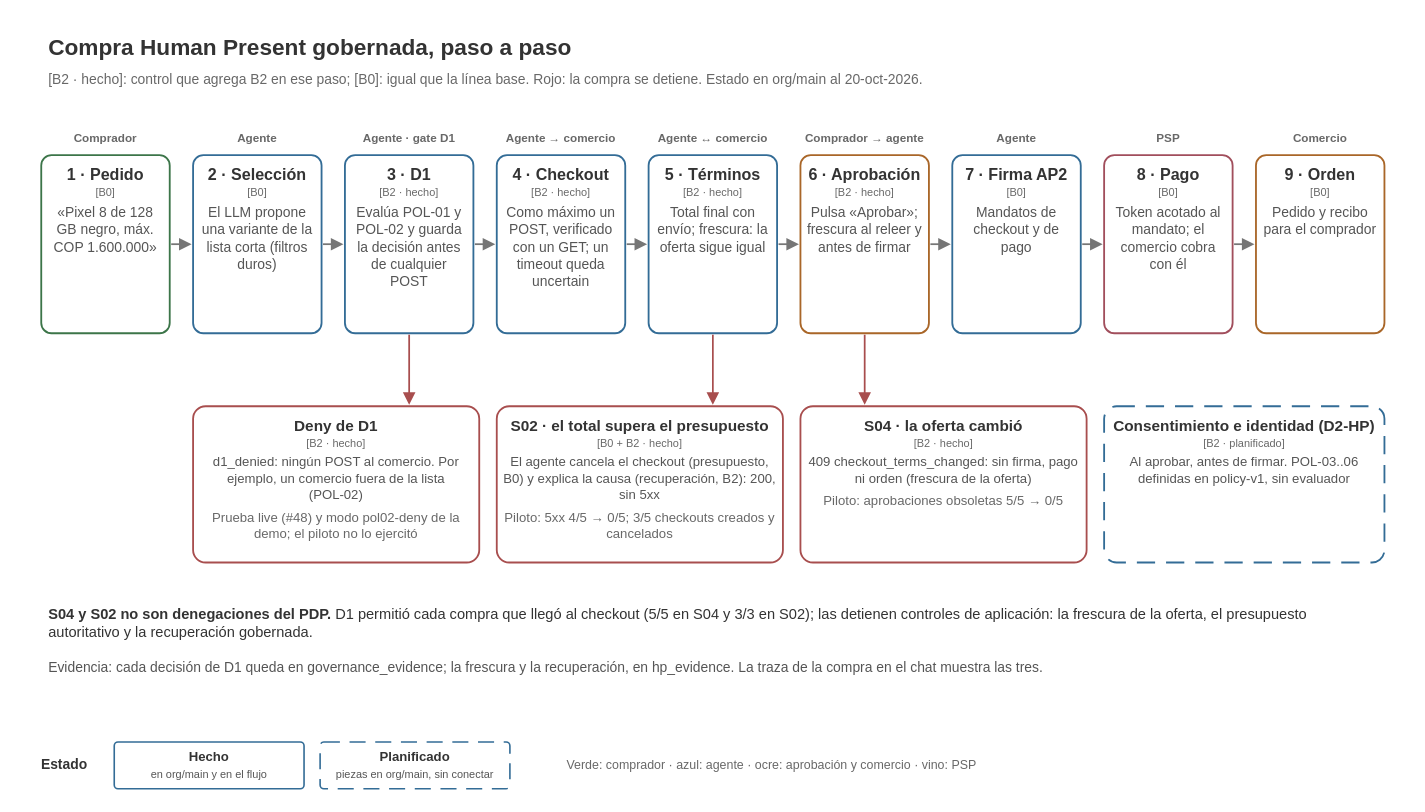
Before: docs/diagrams/purchase-sequence-slide.drawio in Tesis-Agentes-Comerciales/tesis-commerce-agent, a draw.io diagram. Source tidied: cells renumbered, new cells numbered last; positions are measured from the earlier drawing's top-left corner, leaving out a move shared by most shapes. Both pictures are drawn from the tidied source at 73%, with x=0, y=0 at pixel (12, 12).
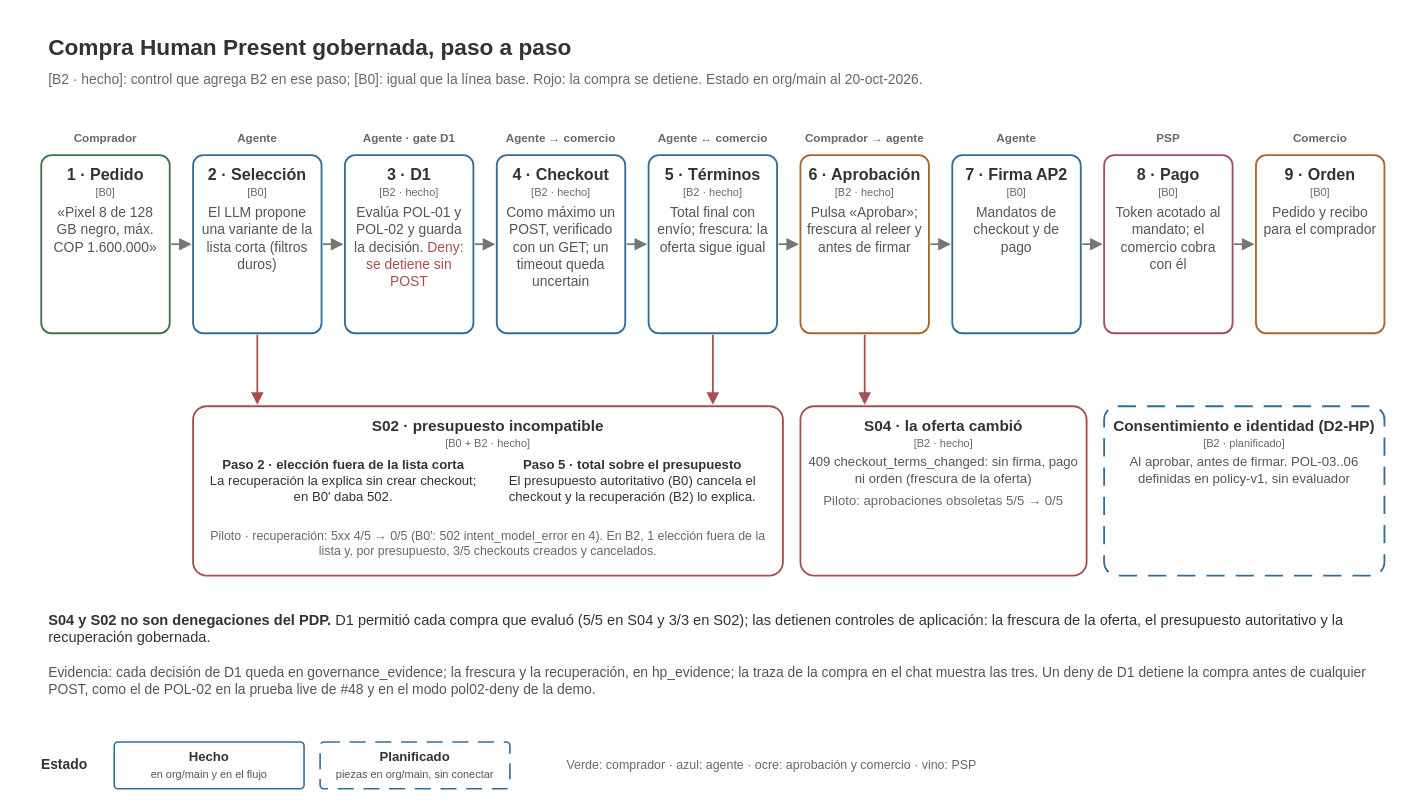
After the change.

Change to the diagram source:
```diff
@@
-    <mxCell id="2" style="rounded=0;fillColor=#FFFFFF;strokeColor=none;" parent="1" vertex="1">
-      <mxGeometry width="1918" height="1078" as="geometry" />
-    </mxCell>
+    <mxCell id="44" style="rounded=0;fillColor=#FFFFFF;strokeColor=none;" parent="1" vertex="1">
+      <mxGeometry width="1918" height="1078" as="geometry" />
+    </mxCell>
@@
-    <mxCell id="11" value="&lt;div style=&quot;font-family:Arial&quot;&gt;&lt;div style=&quot;font-size:22px;color:#333333;line-height:1.15&quot;&gt;&lt;b&gt;3 · D1&lt;/b&gt;&lt;/div&gt;&lt;div style=&quot;font-size:15px;color:#686868;margin-top:3px&quot;&gt;[B2 · hecho]&lt;/div&gt;&lt;div style=&quot;font-size:19px;color:#555555;margin-top:6px;line-height:1.25&quot;&gt;Evalúa POL-01 y POL-02 y guarda la decisión antes de cualquier POST&lt;/div&gt;&lt;/div&gt;" style="rounded=1;arcSize=8;whiteSpace=wrap;html=1;fillColor=#FFFFFF;strokeColor=#336C96;strokeWidth=2.5;dashed=0;fontFamily=Arial;fontColor=#333333;align=center;verticalAlign=top;spacing=10;" parent="1" vertex="1">
+    <mxCell id="11" value="&lt;div style=&quot;font-family:Arial&quot;&gt;&lt;div style=&quot;font-size:22px;color:#333333;line-height:1.15&quot;&gt;&lt;b&gt;3 · D1&lt;/b&gt;&lt;/div&gt;&lt;div style=&quot;font-size:15px;color:#686868;margin-top:3px&quot;&gt;[B2 · hecho]&lt;/div&gt;&lt;div style=&quot;font-size:19px;color:#555555;margin-top:6px;line-height:1.25&quot;&gt;Evalúa POL-01 y POL-02 y guarda la decisión. &lt;span style=&quot;color:#A84E4E&quot;&gt;Deny: se detiene sin POST&lt;/span&gt;&lt;/div&gt;&lt;/div&gt;" style="rounded=1;arcSize=8;whiteSpace=wrap;html=1;fillColor=#FFFFFF;strokeColor=#336C96;strokeWidth=2.5;dashed=0;fontFamily=Arial;fontColor=#333333;align=center;verticalAlign=top;spacing=10;" parent="1" vertex="1">
       <mxGeometry x="455" y="195" width="176" height="244" as="geometry" />
     </mxCell>
@@
     <mxCell id="31" style="edgeStyle=none;rounded=0;html=1;strokeColor=#A84E4E;strokeWidth=2.4;dashed=0;dashPattern=7 6;endArrow=block;endFill=1;endSize=11;" parent="1" edge="1">
       <mxGeometry relative="1" as="geometry">
-        <mxPoint x="543" y="441" as="sourcePoint" />
-        <mxPoint x="543" y="537" as="targetPoint" />
+        <mxPoint x="335" y="441" as="sourcePoint" />
+        <mxPoint x="335" y="537" as="targetPoint" />
       </mxGeometry>
     </mxCell>
-    <mxCell id="32" value="&lt;div style=&quot;font-family:Arial&quot;&gt;&lt;div style=&quot;font-size:21px;color:#333333;line-height:1.15&quot;&gt;&lt;b&gt;Deny de D1&lt;/b&gt;&lt;/div&gt;&lt;div style=&quot;font-size:15px;color:#686868;margin-top:3px&quot;&gt;[B2 · hecho]&lt;/div&gt;&lt;div style=&quot;font-size:18px;color:#555555;margin-top:6px;line-height:1.25&quot;&gt;d1_denied: ningún POST al comercio. Por ejemplo, un comercio fuera de la lista (&lt;span style=&quot;white-space:nowrap&quot;&gt;POL-02&lt;/span&gt;)&lt;div style=&quot;color:#686868;margin-top:8px&quot;&gt;Prueba live (#48) y modo pol02-deny de la demo; el piloto no lo ejercitó&lt;/div&gt;&lt;/div&gt;&lt;/div&gt;" style="rounded=1;arcSize=8;whiteSpace=wrap;html=1;fillColor=#FFFFFF;strokeColor=#A84E4E;strokeWidth=2.5;dashed=0;fontFamily=Arial;fontColor=#333333;align=center;verticalAlign=top;spacing=10;" parent="1" vertex="1">
-      <mxGeometry x="247" y="539" width="392" height="214" as="geometry" />
+    <mxCell id="32" style="edgeStyle=none;rounded=0;html=1;strokeColor=#A84E4E;strokeWidth=2.4;dashed=0;dashPattern=7 6;endArrow=block;endFill=1;endSize=11;" parent="1" edge="1">
+      <mxGeometry relative="1" as="geometry">
+        <mxPoint x="959" y="441" as="sourcePoint" />
+        <mxPoint x="959" y="537" as="targetPoint" />
+      </mxGeometry>
     </mxCell>
-    <mxCell id="33" style="edgeStyle=none;rounded=0;html=1;strokeColor=#A84E4E;strokeWidth=2.4;dashed=0;dashPattern=7 6;endArrow=block;endFill=1;endSize=11;" parent="1" edge="1">
-      <mxGeometry relative="1" as="geometry">
-        <mxPoint x="959" y="441" as="sourcePoint" />
-        <mxPoint x="959" y="537" as="targetPoint" />
-      </mxGeometry>
+    <mxCell id="33" value="&lt;div style=&quot;font-family:Arial&quot;&gt;&lt;div style=&quot;font-size:21px;color:#333333;line-height:1.15&quot;&gt;&lt;b&gt;S02 · presupuesto incompatible&lt;/b&gt;&lt;/div&gt;&lt;div style=&quot;font-size:15px;color:#686868;margin-top:3px&quot;&gt;[B0 + B2 · hecho]&lt;/div&gt;&lt;/div&gt;" style="rounded=1;arcSize=8;whiteSpace=wrap;html=1;fillColor=#FFFFFF;strokeColor=#A84E4E;strokeWidth=2.5;dashed=0;fontFamily=Arial;fontColor=#333333;align=center;verticalAlign=top;spacing=10;" parent="1" vertex="1">
+      <mxGeometry x="247" y="539" width="808" height="232" as="geometry" />
     </mxCell>
-    <mxCell id="34" value="&lt;div style=&quot;font-family:Arial&quot;&gt;&lt;div style=&quot;font-size:21px;color:#333333;line-height:1.15&quot;&gt;&lt;b&gt;S02 · el total supera el presupuesto&lt;/b&gt;&lt;/div&gt;&lt;div style=&quot;font-size:15px;color:#686868;margin-top:3px&quot;&gt;[B0 + B2 · hecho]&lt;/div&gt;&lt;div style=&quot;font-size:18px;color:#555555;margin-top:6px;line-height:1.25&quot;&gt;El agente cancela el checkout (presupuesto, B0) y explica la causa (recuperación, B2): 200, sin 5xx&lt;div style=&quot;color:#686868;margin-top:8px&quot;&gt;Piloto: 5xx 4/5 → 0/5; 3/5 checkouts creados y cancelados&lt;/div&gt;&lt;/div&gt;&lt;/div&gt;" style="rounded=1;arcSize=8;whiteSpace=wrap;html=1;fillColor=#FFFFFF;strokeColor=#A84E4E;strokeWidth=2.5;dashed=0;fontFamily=Arial;fontColor=#333333;align=center;verticalAlign=top;spacing=10;" parent="1" vertex="1">
-      <mxGeometry x="663" y="539" width="392" height="214" as="geometry" />
+    <mxCell id="34" value="&lt;b&gt;Paso 2 · elección fuera de la lista corta&lt;/b&gt;&lt;br&gt;La recuperación la explica sin crear checkout; en B0' daba 502." style="text;html=1;whiteSpace=wrap;fillColor=none;strokeColor=none;fontFamily=Arial;fontSize=18;fontColor=#333333;align=center;verticalAlign=top;spacing=0;" parent="1" vertex="1">
+      <mxGeometry x="263" y="605" width="380" height="92" as="geometry" />
     </mxCell>
-    <mxCell id="35" style="edgeStyle=none;rounded=0;html=1;strokeColor=#A84E4E;strokeWidth=2.4;dashed=0;dashPattern=7 6;endArrow=block;endFill=1;endSize=11;" parent="1" edge="1">
-      <mxGeometry relative="1" as="geometry">
-        <mxPoint x="1167" y="441" as="sourcePoint" />
-        <mxPoint x="1167" y="537" as="targetPoint" />
-      </mxGeometry>
+    <mxCell id="35" value="&lt;b&gt;Paso 5 · total sobre el presupuesto&lt;/b&gt;&lt;br&gt;El presupuesto autoritativo (B0) cancela el checkout y la recuperación (B2) lo explica." style="text;html=1;whiteSpace=wrap;fillColor=none;strokeColor=none;fontFamily=Arial;fontSize=18;fontColor=#333333;align=center;verticalAlign=top;spacing=0;" parent="1" vertex="1">
+      <mxGeometry x="659" y="605" width="380" height="92" as="geometry" />
     </mxCell>
-    <mxCell id="36" value="&lt;div style=&quot;font-family:Arial&quot;&gt;&lt;div style=&quot;font-size:21px;color:#333333;line-height:1.15&quot;&gt;&lt;b&gt;S04 · la oferta cambió&lt;/b&gt;&lt;/div&gt;&lt;div style=&quot;font-size:15px;color:#686868;margin-top:3px&quot;&gt;[B2 · hecho]&lt;/div&gt;&lt;div style=&quot;font-size:18px;color:#555555;margin-top:6px;line-height:1.25&quot;&gt;409 checkout_terms_changed: sin firma, pago ni orden (frescura de la oferta)&lt;div style=&quot;color:#686868;margin-top:8px&quot;&gt;Piloto: aprobaciones obsoletas 5/5 → 0/5&lt;/div&gt;&lt;/div&gt;&lt;/div&gt;" style="rounded=1;arcSize=8;whiteSpace=wrap;html=1;fillColor=#FFFFFF;strokeColor=#A84E4E;strokeWidth=2.5;dashed=0;fontFamily=Arial;fontColor=#333333;align=center;verticalAlign=top;spacing=10;" parent="1" vertex="1">
-      <mxGeometry x="1079" y="539" width="392" height="214" as="geometry" />
+    <mxCell id="36" value="Piloto · recuperación: 5xx 4/5 → 0/5 (B0': 502 intent_model_error en 4). En B2, 1 elección fuera de la lista y, por presupuesto, 3/5 checkouts creados y cancelados." style="text;html=1;whiteSpace=wrap;fillColor=none;strokeColor=none;fontFamily=Arial;fontSize=17;fontColor=#686868;align=center;verticalAlign=top;spacing=0;" parent="1" vertex="1">
+      <mxGeometry x="263" y="703" width="776" height="56" as="geometry" />
     </mxCell>
-    <mxCell id="37" value="&lt;div style=&quot;font-family:Arial&quot;&gt;&lt;div style=&quot;font-size:21px;color:#333333;line-height:1.15&quot;&gt;&lt;b&gt;Consentimiento e identidad (D2-HP)&lt;/b&gt;&lt;/div&gt;&lt;div style=&quot;font-size:15px;color:#686868;margin-top:3px&quot;&gt;[B2 · planificado]&lt;/div&gt;&lt;div style=&quot;font-size:18px;color:#555555;margin-top:6px;line-height:1.25&quot;&gt;Al aprobar, antes de firmar. &lt;span style=&quot;white-space:nowrap&quot;&gt;POL-03..06&lt;/span&gt; definidas en policy-v1, sin evaluador&lt;/div&gt;&lt;/div&gt;" style="rounded=1;arcSize=8;whiteSpace=wrap;html=1;fillColor=#FFFFFF;strokeColor=#336C96;strokeWidth=2.5;dashed=1;dashPattern=10 6;fontFamily=Arial;fontColor=#333333;align=center;verticalAlign=top;spacing=10;" parent="1" vertex="1">
-      <mxGeometry x="1495" y="539" width="384" height="214" as="geometry" />
+    <mxCell id="37" style="edgeStyle=none;rounded=0;html=1;strokeColor=#A84E4E;strokeWidth=2.4;dashed=0;dashPattern=7 6;endArrow=block;endFill=1;endSize=11;" parent="1" edge="1">
+      <mxGeometry relative="1" as="geometry">
+        <mxPoint x="1167" y="441" as="sourcePoint" />
+        <mxPoint x="1167" y="537" as="targetPoint" />
+      </mxGeometry>
     </mxCell>
-    <mxCell id="38" value="&lt;b&gt;S04 y S02 no son denegaciones del PDP.&lt;/b&gt; D1 permitió cada compra que llegó al checkout (5/5 en S04 y 3/3 en S02); las detienen controles de aplicación: la frescura de la oferta, el presupuesto autoritativo y la recuperación gobernada." style="text;html=1;whiteSpace=wrap;fillColor=none;strokeColor=none;fontFamily=Arial;fontSize=20;fontColor=#333333;align=left;verticalAlign=middle;spacing=0;" parent="1" vertex="1">
-      <mxGeometry x="49" y="803" width="1820" height="64" as="geometry" />
+    <mxCell id="38" value="&lt;div style=&quot;font-family:Arial&quot;&gt;&lt;div style=&quot;font-size:21px;color:#333333;line-height:1.15&quot;&gt;&lt;b&gt;S04 · la oferta cambió&lt;/b&gt;&lt;/div&gt;&lt;div style=&quot;font-size:15px;color:#686868;margin-top:3px&quot;&gt;[B2 · hecho]&lt;/div&gt;&lt;div style=&quot;font-size:18px;color:#555555;margin-top:6px;line-height:1.25&quot;&gt;409 checkout_terms_changed: sin firma, pago ni orden (frescura de la oferta)&lt;div style=&quot;color:#686868;margin-top:8px&quot;&gt;Piloto: aprobaciones obsoletas 5/5 → 0/5&lt;/div&gt;&lt;/div&gt;&lt;/div&gt;" style="rounded=1;arcSize=8;whiteSpace=wrap;html=1;fillColor=#FFFFFF;strokeColor=#A84E4E;strokeWidth=2.5;dashed=0;fontFamily=Arial;fontColor=#333333;align=center;verticalAlign=top;spacing=10;" parent="1" vertex="1">
+      <mxGeometry x="1079" y="539" width="392" height="232" as="geometry" />
     </mxCell>
-    <mxCell id="39" value="Evidencia: cada decisión de D1 queda en governance_evidence; la frescura y la recuperación, en hp_evidence. La traza de la compra en el chat muestra las tres." style="text;html=1;whiteSpace=wrap;fillColor=none;strokeColor=none;fontFamily=Arial;fontSize=19;fontColor=#555555;align=left;verticalAlign=middle;spacing=0;" parent="1" vertex="1">
-      <mxGeometry x="49" y="881" width="1820" height="34" as="geometry" />
+    <mxCell id="39" value="&lt;div style=&quot;font-family:Arial&quot;&gt;&lt;div style=&quot;font-size:21px;color:#333333;line-height:1.15&quot;&gt;&lt;b&gt;Consentimiento e identidad (D2-HP)&lt;/b&gt;&lt;/div&gt;&lt;div style=&quot;font-size:15px;color:#686868;margin-top:3px&quot;&gt;[B2 · planificado]&lt;/div&gt;&lt;div style=&quot;font-size:18px;color:#555555;margin-top:6px;line-height:1.25&quot;&gt;Al aprobar, antes de firmar. &lt;span style=&quot;white-space:nowrap&quot;&gt;POL-03..06&lt;/span&gt; definidas en policy-v1, sin evaluador&lt;/div&gt;&lt;/div&gt;" style="rounded=1;arcSize=8;whiteSpace=wrap;html=1;fillColor=#FFFFFF;strokeColor=#336C96;strokeWidth=2.5;dashed=1;dashPattern=10 6;fontFamily=Arial;fontColor=#333333;align=center;verticalAlign=top;spacing=10;" parent="1" vertex="1">
+      <mxGeometry x="1495" y="539" width="384" height="232" as="geometry" />
     </mxCell>
-    <mxCell id="40" value="Estado" style="text;html=1;whiteSpace=wrap;fillColor=none;strokeColor=none;fontFamily=Arial;fontSize=19;fontStyle=1;fontColor=#333333;align=left;verticalAlign=middle;spacing=0;" parent="1" vertex="1">
-      <mxGeometry x="39" y="999" width="90" height="64" as="geometry" />
+    <mxCell id="40" value="&lt;b&gt;S04 y S02 no son denegaciones del PDP.&lt;/b&gt; D1 permitió cada compra que evaluó (5/5 en S04 y 3/3 en S02); las detienen controles de aplicación: la frescura de la oferta, el presupuesto autoritativo y la recuperación gobernada." style="text;html=1;whiteSpace=wrap;fillColor=none;strokeColor=none;fontFamily=Arial;fontSize=20;fontColor=#333333;align=left;verticalAlign=middle;spacing=0;" parent="1" vertex="1">
+      <mxGeometry x="49" y="811" width="1820" height="64" as="geometry" />
     </mxCell>
-    <mxCell id="41" value="&lt;div style=&quot;font-family:Arial&quot;&gt;&lt;div style=&quot;font-size:18px;color:#333333;line-height:1.15&quot;&gt;&lt;b&gt;Hecho&lt;/b&gt;&lt;/div&gt;&lt;div style=&quot;font-size:15px;color:#555555;margin-top:6px;line-height:1.25&quot;&gt;en org/main y en el flujo&lt;/div&gt;&lt;/div&gt;" style="rounded=1;arcSize=8;whiteSpace=wrap;html=1;fillColor=#FFFFFF;strokeColor=#336C96;strokeWidth=2.2;dashed=0;fontFamily=Arial;fontColor=#333333;align=center;verticalAlign=middle;spacing=10;" parent="1" vertex="1">
-      <mxGeometry x="139" y="999" width="260" height="64" as="geometry" />
+    <mxCell id="41" value="Evidencia: cada decisión de D1 queda en governance_evidence; la frescura y la recuperación, en hp_evidence; la traza de la compra en el chat muestra las tres. Un deny de D1 detiene la compra antes de cualquier POST, como el de &lt;span style=&quot;white-space:nowrap&quot;&gt;POL-02&lt;/span&gt; en la prueba live de #48 y en el modo pol02-deny de la demo." style="text;html=1;whiteSpace=wrap;fillColor=none;strokeColor=none;fontFamily=Arial;fontSize=19;fontColor=#555555;align=left;verticalAlign=middle;spacing=0;" parent="1" vertex="1">
+      <mxGeometry x="49" y="885" width="1820" height="60" as="geometry" />
     </mxCell>
-    <mxCell id="42" value="&lt;div style=&quot;font-family:Arial&quot;&gt;&lt;div style=&quot;font-size:18px;color:#333333;line-height:1.15&quot;&gt;&lt;b&gt;Planificado&lt;/b&gt;&lt;/div&gt;&lt;div style=&quot;font-size:15px;color:#555555;margin-top:6px;line-height:1.25&quot;&gt;piezas en org/main, sin conectar&lt;/div&gt;&lt;/div&gt;" style="rounded=1;arcSize=8;whiteSpace=wrap;html=1;fillColor=#FFFFFF;strokeColor=#336C96;strokeWidth=2.2;dashed=1;dashPattern=10 6;fontFamily=Arial;fontColor=#333333;align=center;verticalAlign=middle;spacing=10;" parent="1" vertex="1">
-      <mxGeometry x="421" y="999" width="260" height="64" as="geometry" />
+    <mxCell id="42" value="Estado" style="text;html=1;whiteSpace=wrap;fillColor=none;strokeColor=none;fontFamily=Arial;fontSize=19;fontStyle=1;fontColor=#333333;align=left;verticalAlign=middle;spacing=0;" parent="1" vertex="1">
+      <mxGeometry x="39" y="999" width="90" height="64" as="geometry" />
     </mxCell>
-    <mxCell id="43" value="Verde: comprador · azul: agente · ocre: aprobación y comercio · vino: PSP" style="text;html=1;whiteSpace=wrap;fillColor=none;strokeColor=none;fontFamily=Arial;fontSize=17;fontStyle=0;fontColor=#686868;align=left;verticalAlign=middle;spacing=0;" parent="1" vertex="1">
-      <mxGeometry x="759" y="1014" width="1120" height="34" as="geometry" />
+    <mxCell id="43" value="&lt;div style=&quot;font-family:Arial&quot;&gt;&lt;div style=&quot;font-size:18px;color:#333333;line-height:1.15&quot;&gt;&lt;b&gt;Hecho&lt;/b&gt;&lt;/div&gt;&lt;div style=&quot;font-size:15px;color:#555555;margin-top:6px;line-height:1.25&quot;&gt;en org/main y en el flujo&lt;/div&gt;&lt;/div&gt;" style="rounded=1;arcSize=8;whiteSpace=wrap;html=1;fillColor=#FFFFFF;strokeColor=#336C96;strokeWidth=2.2;dashed=0;fontFamily=Arial;fontColor=#333333;align=center;verticalAlign=middle;spacing=10;" parent="1" vertex="1">
+      <mxGeometry x="139" y="999" width="260" height="64" as="geometry" />
     </mxCell>
+    <mxCell id="2" value="&lt;div style=&quot;font-family:Arial&quot;&gt;&lt;div style=&quot;font-size:18px;color:#333333;line-height:1.15&quot;&gt;&lt;b&gt;Planificado&lt;/b&gt;&lt;/div&gt;&lt;div style=&quot;font-size:15px;color:#555555;margin-top:6px;line-height:1.25&quot;&gt;piezas en org/main, sin conectar&lt;/div&gt;&lt;/div&gt;" style="rounded=1;arcSize=8;whiteSpace=wrap;html=1;fillColor=#FFFFFF;strokeColor=#336C96;strokeWidth=2.2;dashed=1;dashPattern=10 6;fontFamily=Arial;fontColor=#333333;align=center;verticalAlign=middle;spacing=10;" parent="1" vertex="1">
+      <mxGeometry x="421" y="999" width="260" height="64" as="geometry" />
+    </mxCell>
+    <mxCell id="45" value="Verde: comprador · azul: agente · ocre: aprobación y comercio · vino: PSP" style="text;html=1;whiteSpace=wrap;fillColor=none;strokeColor=none;fontFamily=Arial;fontSize=17;fontStyle=0;fontColor=#686868;align=left;verticalAlign=middle;spacing=0;" parent="1" vertex="1">
+      <mxGeometry x="759" y="1014" width="1120" height="34" as="geometry" />
+    </mxCell>
```
